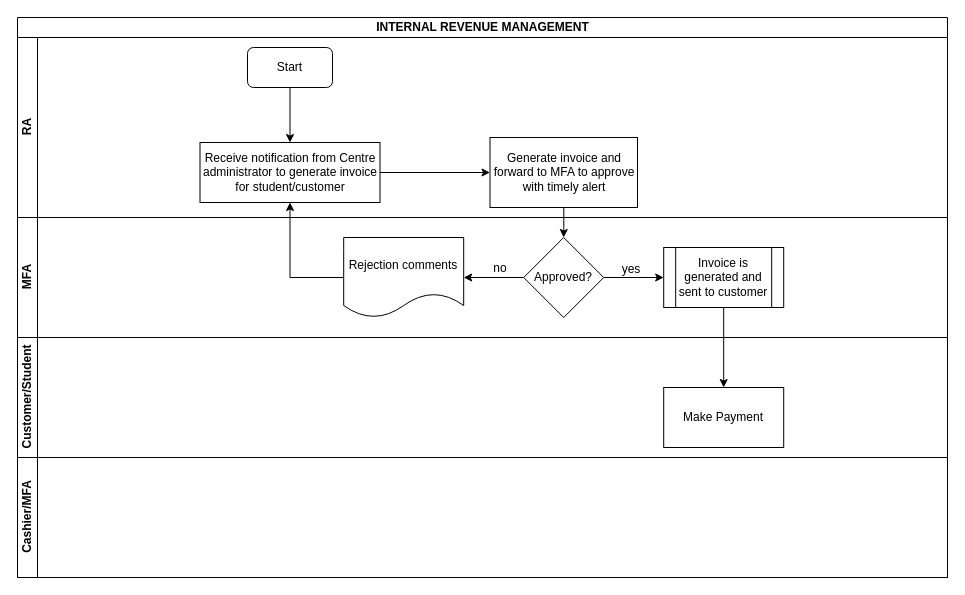
Above: LC-FIN-INTERNAL REVENUE MANAGEMENT PROCESS.drawio in kmagua/flowcharts (draw.io), before the change. Source tidied: cells renumbered, new cells numbered last; positions are measured from the earlier drawing's top-left corner, leaving out a move shared by most shapes. Both pictures are drawn from the tidied source at 100%, with x=0, y=0 at pixel (17, 17).
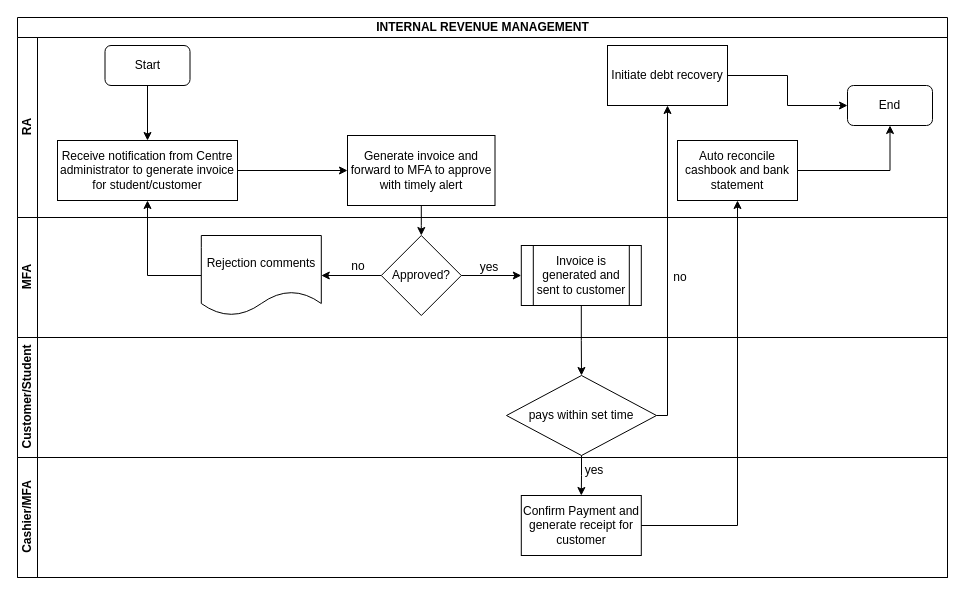
The same page after the edit.

Unchanged cells that the change refers to:
```xml
<mxCell id="2" value="INTERNAL REVENUE MANAGEMENT" style="swimlane;html=1;horizontal=1;startSize=20;" parent="1" vertex="1">
  <mxGeometry width="930" height="560" as="geometry" />
</mxCell>
<mxCell id="3" value="RA" style="swimlane;html=1;startSize=20;horizontal=0;" parent="2" vertex="1">
  <mxGeometry y="20" width="930" height="180" as="geometry" />
</mxCell>
<mxCell id="7" value="MFA" style="swimlane;html=1;startSize=20;horizontal=0;" parent="2" vertex="1">
  <mxGeometry y="200" width="930" height="120" as="geometry" />
</mxCell>
<mxCell id="10" value="Customer/Student" style="swimlane;html=1;startSize=20;horizontal=0;" parent="2" vertex="1">
  <mxGeometry y="320" width="930" height="120" as="geometry" />
</mxCell>
<mxCell id="11" value="Cashier/MFA" style="swimlane;html=1;startSize=20;horizontal=0;" parent="2" vertex="1">
  <mxGeometry y="440" width="930" height="120" as="geometry" />
</mxCell>
```

Diff of the diagram source:
```diff
@@
     <mxCell id="4" value="Start" style="rounded=1;whiteSpace=wrap;html=1;" parent="3" vertex="1">
-      <mxGeometry x="230" y="10" width="85" height="40" as="geometry" />
+      <mxGeometry x="87.5" y="8" width="85" height="40" as="geometry" />
     </mxCell>
     <mxCell id="5" value="Receive notification from Centre administrator to generate invoice for student/customer" style="rounded=0;whiteSpace=wrap;html=1;" parent="3" vertex="1">
-      <mxGeometry x="182.5" y="105" width="180" height="60" as="geometry" />
+      <mxGeometry x="40" y="103" width="180" height="60" as="geometry" />
     </mxCell>
@@
+    <mxCell id="23" value="Auto reconcile cashbook and bank statement" style="whiteSpace=wrap;html=1;rounded=0;" parent="3" vertex="1">
+      <mxGeometry x="660" y="103" width="120" height="60" as="geometry" />
+    </mxCell>
+    <mxCell id="24" value="Initiate debt recovery" style="whiteSpace=wrap;html=1;" parent="3" vertex="1">
+      <mxGeometry x="590" y="8" width="120" height="60" as="geometry" />
+    </mxCell>
+    <mxCell id="25" value="End" style="rounded=1;whiteSpace=wrap;html=1;" parent="3" vertex="1">
+      <mxGeometry x="830" y="48" width="85" height="40" as="geometry" />
+    </mxCell>
+    <mxCell id="26" style="edgeStyle=orthogonalEdgeStyle;rounded=0;jettySize=auto;html=1;entryX=0;entryY=0.5;entryDx=0;entryDy=0;" parent="3" edge="1" source="24" target="25">
+      <mxGeometry relative="1" as="geometry" />
+    </mxCell>
+    <mxCell id="27" style="edgeStyle=orthogonalEdgeStyle;rounded=0;jettySize=auto;html=1;entryX=0.5;entryY=1;entryDx=0;entryDy=0;" parent="3" edge="1" source="23" target="25">
+      <mxGeometry relative="1" as="geometry" />
+    </mxCell>
@@
     <mxCell id="8" value="Approved?" style="rhombus;whiteSpace=wrap;html=1;rounded=0;" parent="7" vertex="1">
-      <mxGeometry x="506.2" y="20" width="80" height="80" as="geometry" />
+      <mxGeometry x="363.8" y="18" width="80" height="80" as="geometry" />
     </mxCell>
     <mxCell id="9" value="no" style="text;html=1;strokeColor=none;fillColor=none;align=center;verticalAlign=middle;whiteSpace=wrap;rounded=0;" parent="7" vertex="1">
-      <mxGeometry x="463.2" y="41" width="40" height="20" as="geometry" />
+      <mxGeometry x="320.8" y="39" width="40" height="20" as="geometry" />
     </mxCell>
@@
+    <mxCell id="28" value="pays within set time" style="rhombus;whiteSpace=wrap;html=1;" parent="10" vertex="1">
+      <mxGeometry x="489" y="38" width="150" height="80" as="geometry" />
+    </mxCell>
@@
+    <mxCell id="29" value="Confirm Payment and generate receipt for customer" style="whiteSpace=wrap;html=1;rounded=0;" parent="11" vertex="1">
+      <mxGeometry x="503.8" y="38" width="120" height="60" as="geometry" />
+    </mxCell>
+    <mxCell id="30" value="yes" style="text;html=1;strokeColor=none;fillColor=none;align=center;verticalAlign=middle;whiteSpace=wrap;rounded=0;" parent="11" vertex="1">
+      <mxGeometry x="557" y="3" width="40" height="20" as="geometry" />
+    </mxCell>
+    <mxCell id="31" style="edgeStyle=orthogonalEdgeStyle;rounded=0;jettySize=auto;html=1;" parent="2" edge="1" source="29" target="23">
+      <mxGeometry relative="1" as="geometry" />
+    </mxCell>
+    <mxCell id="32" style="edgeStyle=orthogonalEdgeStyle;rounded=0;jettySize=auto;html=1;exitX=0.5;exitY=1;exitDx=0;exitDy=0;" parent="2" edge="1" source="28" target="29">
+      <mxGeometry relative="1" as="geometry" />
+    </mxCell>
+    <mxCell id="33" style="edgeStyle=orthogonalEdgeStyle;rounded=0;jettySize=auto;html=1;" parent="2" edge="1" source="28" target="24">
+      <mxGeometry relative="1" as="geometry">
+        <Array as="points">
+          <mxPoint x="650" y="398" />
+        </Array>
+      </mxGeometry>
+    </mxCell>
@@
     <mxCell id="13" value="Generate invoice and forward to MFA to approve with timely alert" style="whiteSpace=wrap;html=1;rounded=0;" parent="1" vertex="1">
-      <mxGeometry x="472.5" y="120" width="147.5" height="70" as="geometry" />
+      <mxGeometry x="330" y="118" width="147.5" height="70" as="geometry" />
     </mxCell>
@@
     <mxCell id="16" value="Rejection comments" style="shape=document;whiteSpace=wrap;html=1;boundedLbl=1;rounded=0;" parent="1" vertex="1">
-      <mxGeometry x="326.2" y="220" width="120" height="80" as="geometry" />
+      <mxGeometry x="183.8" y="218" width="120" height="80" as="geometry" />
     </mxCell>
@@
-    <mxCell id="18" style="edgeStyle=orthogonalEdgeStyle;rounded=0;jettySize=auto;html=1;" parent="1" edge="1" source="19" target="21">
+    <mxCell id="18" style="edgeStyle=orthogonalEdgeStyle;rounded=0;jettySize=auto;html=1;entryX=0.5;entryY=0;entryDx=0;entryDy=0;" parent="1" edge="1" source="19" target="28">
       <mxGeometry relative="1" as="geometry" />
     </mxCell>
     <mxCell id="19" value="Invoice is generated and sent to customer" style="shape=process;whiteSpace=wrap;html=1;backgroundOutline=1;rounded=0;" parent="1" vertex="1">
-      <mxGeometry x="646.2" y="230" width="120" height="60" as="geometry" />
+      <mxGeometry x="503.8" y="228" width="120" height="60" as="geometry" />
     </mxCell>
@@
-    <mxCell id="21" value="Make Payment" style="whiteSpace=wrap;html=1;rounded=0;" parent="1" vertex="1">
-      <mxGeometry x="646.2" y="370" width="120" height="60" as="geometry" />
-    </mxCell>
     <mxCell id="22" value="yes" style="text;html=1;strokeColor=none;fillColor=none;align=center;verticalAlign=middle;whiteSpace=wrap;rounded=0;" parent="1" vertex="1">
-      <mxGeometry x="594" y="242" width="40" height="20" as="geometry" />
+      <mxGeometry x="451.5" y="240" width="40" height="20" as="geometry" />
     </mxCell>
+    <mxCell id="34" value="no" style="text;html=1;strokeColor=none;fillColor=none;align=center;verticalAlign=middle;whiteSpace=wrap;rounded=0;" parent="1" vertex="1">
+      <mxGeometry x="643" y="250" width="40" height="20" as="geometry" />
+    </mxCell>
```
